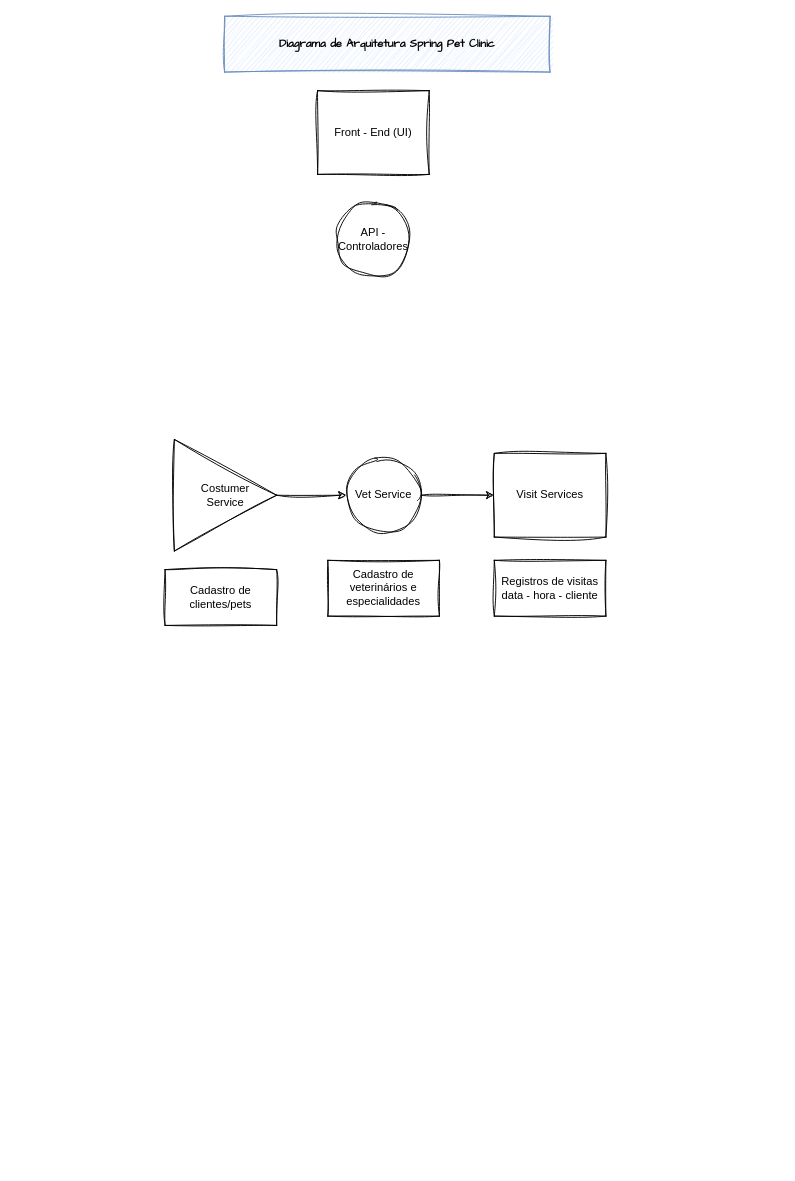
LucasChimirri/Spring-PetClinic keeps this draw.io diagram as Diagrama sem nome.drawio. Above is the earlier version. Source tidied: cells renumbered, new cells numbered last; positions are measured from the earlier drawing's top-left corner, leaving out a move shared by most shapes. Both pictures are drawn from the tidied source at 93%, with x=0, y=0 at pixel (165, 16).
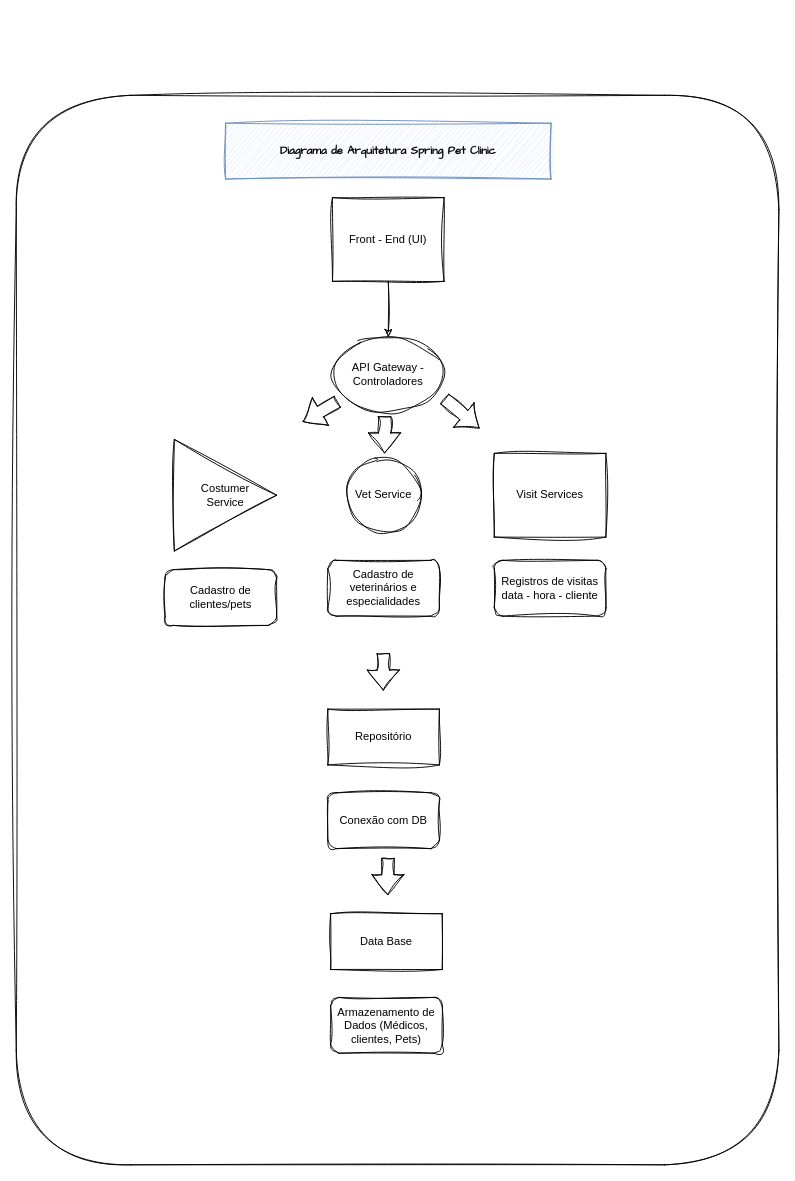
Above is the later version.

Unchanged cells that the change refers to:
```xml
<mxCell id="4" value="Costumer&lt;div&gt;&lt;span style=&quot;background-color: transparent; color: light-dark(rgb(0, 0, 0), rgb(255, 255, 255));&quot;&gt;Service&lt;/span&gt;&lt;/div&gt;" style="triangle;whiteSpace=wrap;html=1;rounded=0;sketch=1;curveFitting=1;jiggle=2;labelBackgroundColor=none;" parent="1" vertex="1">
  <mxGeometry x="10" y="455" width="110" height="120" as="geometry" />
</mxCell>
<mxCell id="6" value="Vet Service" style="ellipse;whiteSpace=wrap;html=1;rounded=0;sketch=1;curveFitting=1;jiggle=2;labelBackgroundColor=none;" parent="1" vertex="1">
  <mxGeometry x="195" y="475" width="80" height="80" as="geometry" />
</mxCell>
<mxCell id="9" value="Visit Services" style="whiteSpace=wrap;html=1;rounded=0;sketch=1;curveFitting=1;jiggle=2;labelBackgroundColor=none;" parent="1" vertex="1">
  <mxGeometry x="354" y="470" width="120" height="90" as="geometry" />
</mxCell>
```

Diff of the diagram source:
```diff
@@
+    <mxCell id="13" style="rounded=1;whiteSpace=wrap;html=1;sketch=1;hachureGap=4;jiggle=2;curveFitting=1;fontFamily=Architects Daughter;labelBackgroundColor=none;" parent="1" vertex="1">
+      <mxGeometry x="-160" y="85" width="820" height="1150" as="geometry" />
+    </mxCell>
     <mxCell id="2" value="&lt;b&gt;&lt;font face=&quot;Comic Sans MS&quot;&gt;Diagrama de Arquitetura Spring Pet Clinic&lt;/font&gt;&lt;/b&gt;" style="rounded=0;whiteSpace=wrap;html=1;sketch=1;curveFitting=1;jiggle=2;labelBackgroundColor=none;fillColor=#dae8fc;strokeColor=#6c8ebf;" parent="1" vertex="1">
-      <mxGeometry x="64" width="350" height="60" as="geometry" />
+      <mxGeometry x="65" y="115" width="350" height="60" as="geometry" />
     </mxCell>
-    <mxCell id="3" style="edgeStyle=orthogonalEdgeStyle;rounded=0;jettySize=auto;html=1;sketch=1;curveFitting=1;jiggle=2;labelBackgroundColor=none;fontColor=default;" parent="1" edge="1" source="4" target="6">
-      <mxGeometry relative="1" as="geometry" />
-    </mxCell>
@@
-    <mxCell id="5" style="edgeStyle=orthogonalEdgeStyle;rounded=0;jettySize=auto;html=1;sketch=1;curveFitting=1;jiggle=2;labelBackgroundColor=none;fontColor=default;" parent="1" edge="1" source="6" target="9">
-      <mxGeometry relative="1" as="geometry" />
-    </mxCell>
@@
-    <mxCell id="7" value="Cadastro de clientes/pets" style="rounded=0;whiteSpace=wrap;html=1;sketch=1;curveFitting=1;jiggle=2;labelBackgroundColor=none;" parent="1" vertex="1">
-      <mxGeometry y="595" width="120" height="60" as="geometry" />
-    </mxCell>
-    <mxCell id="8" value="Cadastro de veterinários e especialidades" style="rounded=0;whiteSpace=wrap;html=1;sketch=1;curveFitting=1;jiggle=2;labelBackgroundColor=none;" parent="1" vertex="1">
+    <mxCell id="8" value="Cadastro de veterinários e especialidades" style="rounded=1;whiteSpace=wrap;html=1;sketch=1;curveFitting=1;jiggle=2;labelBackgroundColor=none;" parent="1" vertex="1">
       <mxGeometry x="175" y="585" width="120" height="60" as="geometry" />
     </mxCell>
@@
-    <mxCell id="10" value="Registros de visitas&lt;div&gt;data - hora - cliente&lt;/div&gt;" style="rounded=0;whiteSpace=wrap;html=1;sketch=1;curveFitting=1;jiggle=2;labelBackgroundColor=none;" parent="1" vertex="1">
+    <mxCell id="10" value="Registros de visitas&lt;div&gt;data - hora - cliente&lt;/div&gt;" style="rounded=1;whiteSpace=wrap;html=1;sketch=1;curveFitting=1;jiggle=2;labelBackgroundColor=none;" parent="1" vertex="1">
       <mxGeometry x="354" y="585" width="120" height="60" as="geometry" />
     </mxCell>
+    <mxCell id="14" style="edgeStyle=orthogonalEdgeStyle;rounded=0;sketch=1;hachureGap=4;jiggle=2;curveFitting=1;jettySize=auto;html=1;fontFamily=Architects Daughter;" parent="1" edge="1" source="11" target="15">
+      <mxGeometry relative="1" as="geometry" />
+    </mxCell>
     <mxCell id="11" value="Front - End (UI)" style="whiteSpace=wrap;html=1;rounded=0;sketch=1;curveFitting=1;jiggle=2;labelBackgroundColor=none;" parent="1" vertex="1">
-      <mxGeometry x="164" y="80" width="120" height="90" as="geometry" />
+      <mxGeometry x="180" y="195" width="120" height="90" as="geometry" />
     </mxCell>
-    <mxCell id="12" value="API - Controladores" style="ellipse;whiteSpace=wrap;html=1;rounded=0;sketch=1;curveFitting=1;jiggle=2;labelBackgroundColor=none;" parent="1" vertex="1">
-      <mxGeometry x="184" y="200" width="80" height="80" as="geometry" />
-    </mxCell>
+    <mxCell id="15" value="API Gateway&amp;nbsp;&lt;span style=&quot;color: light-dark(rgb(0, 0, 0), rgb(255, 255, 255)); background-color: transparent;&quot;&gt;- Controladores&lt;/span&gt;" style="ellipse;whiteSpace=wrap;html=1;rounded=0;sketch=1;curveFitting=1;jiggle=2;labelBackgroundColor=none;" parent="1" vertex="1">
+      <mxGeometry x="180" y="345" width="120" height="80" as="geometry" />
+    </mxCell>
+    <mxCell id="16" style="shape=flexArrow;endArrow=classic;html=1;rounded=0;sketch=1;hachureGap=4;jiggle=2;curveFitting=1;fontFamily=Architects Daughter;width=13.333333333333332;endSize=6.82962962962963;exitX=0;exitY=1;exitDx=0;exitDy=0;" parent="1" edge="1">
+      <mxGeometry relative="1" as="geometry">
+        <mxPoint x="185.6" y="414.3" as="sourcePoint" />
+        <mxPoint x="148" y="436" as="targetPoint" />
+      </mxGeometry>
+    </mxCell>
+    <mxCell id="17" style="shape=flexArrow;endArrow=classic;html=1;rounded=0;sketch=1;hachureGap=4;jiggle=2;curveFitting=1;fontFamily=Architects Daughter;width=13.333333333333332;endSize=6.82962962962963;" parent="1" edge="1">
+      <mxGeometry relative="1" as="geometry">
+        <mxPoint x="236" y="430" as="sourcePoint" />
+        <mxPoint x="236" y="470" as="targetPoint" />
+      </mxGeometry>
+    </mxCell>
+    <mxCell id="18" style="shape=flexArrow;endArrow=classic;html=1;rounded=0;sketch=1;hachureGap=4;jiggle=2;curveFitting=1;fontFamily=Architects Daughter;width=13.333333333333332;endSize=6.82962962962963;exitX=1;exitY=1;exitDx=0;exitDy=0;" parent="1" edge="1">
+      <mxGeometry relative="1" as="geometry">
+        <mxPoint x="300.4" y="411.3" as="sourcePoint" />
+        <mxPoint x="338" y="443" as="targetPoint" />
+      </mxGeometry>
+    </mxCell>
+    <mxCell id="19" style="shape=flexArrow;endArrow=classic;html=1;rounded=0;sketch=1;hachureGap=4;jiggle=2;curveFitting=1;fontFamily=Architects Daughter;width=13.333333333333332;endSize=6.82962962962963;" parent="1" edge="1">
+      <mxGeometry relative="1" as="geometry">
+        <mxPoint x="234.7" y="685" as="sourcePoint" />
+        <mxPoint x="234.7" y="725" as="targetPoint" />
+      </mxGeometry>
+    </mxCell>
+    <mxCell id="20" value="Data Base" style="rounded=0;whiteSpace=wrap;html=1;sketch=1;curveFitting=1;jiggle=2;labelBackgroundColor=none;" parent="1" vertex="1">
+      <mxGeometry x="178" y="965" width="120" height="60" as="geometry" />
+    </mxCell>
+    <mxCell id="7" value="Cadastro de clientes/pets" style="rounded=1;whiteSpace=wrap;html=1;sketch=1;curveFitting=1;jiggle=2;labelBackgroundColor=none;" parent="1" vertex="1">
+      <mxGeometry y="595" width="120" height="60" as="geometry" />
+    </mxCell>
+    <mxCell id="21" value="Armazenamento de Dados (Médicos, clientes, Pets)" style="rounded=1;whiteSpace=wrap;html=1;sketch=1;curveFitting=1;jiggle=2;labelBackgroundColor=none;" parent="1" vertex="1">
+      <mxGeometry x="178" y="1055" width="120" height="60" as="geometry" />
+    </mxCell>
+    <mxCell id="22" value="Repositório" style="rounded=0;whiteSpace=wrap;html=1;sketch=1;curveFitting=1;jiggle=2;labelBackgroundColor=none;" parent="1" vertex="1">
+      <mxGeometry x="175" y="745" width="120" height="60" as="geometry" />
+    </mxCell>
+    <mxCell id="23" value="Conexão com DB" style="rounded=1;whiteSpace=wrap;html=1;sketch=1;curveFitting=1;jiggle=2;labelBackgroundColor=none;" parent="1" vertex="1">
+      <mxGeometry x="175" y="835" width="120" height="60" as="geometry" />
+    </mxCell>
+    <mxCell id="24" style="shape=flexArrow;endArrow=classic;html=1;rounded=0;sketch=1;hachureGap=4;jiggle=2;curveFitting=1;fontFamily=Architects Daughter;width=13.333333333333332;endSize=6.82962962962963;" parent="1" edge="1">
+      <mxGeometry relative="1" as="geometry">
+        <mxPoint x="239.6" y="905" as="sourcePoint" />
+        <mxPoint x="239.6" y="945" as="targetPoint" />
+      </mxGeometry>
+    </mxCell>
```
